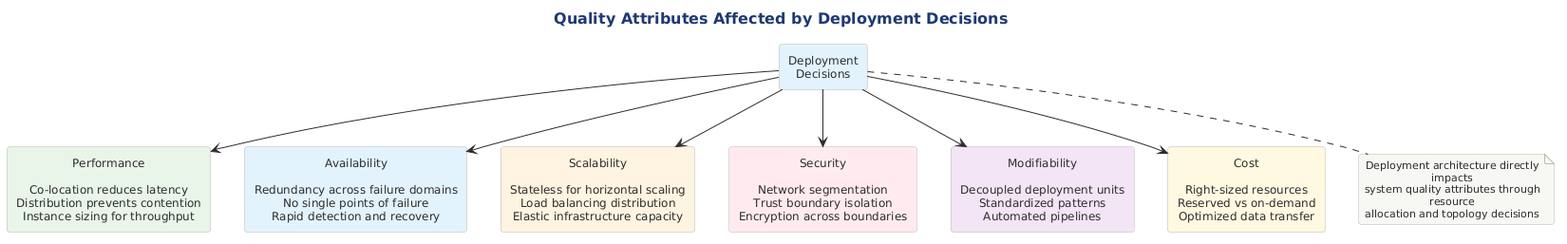
Earlier version of the PlantUML export src/architecture/views-and-beyond/style-catalogs/allocation/deployment-style/png/quality-attributes-affected-deployment.png (Notoriousjayy/latex-docs). The source it was exported from:
```plantuml
@startuml

title Quality Attributes Affected by Deployment Decisions

!include ../../../../../../tooling/styles/plantuml/structural/component-diagram-style.iuml

rectangle "Performance\n\nCo-location reduces latency\nDistribution prevents contention\nInstance sizing for throughput" as perf #E8F5E9

rectangle "Availability\n\nRedundancy across failure domains\nNo single points of failure\nRapid detection and recovery" as avail #E3F2FD

rectangle "Scalability\n\nStateless for horizontal scaling\nLoad balancing distribution\nElastic infrastructure capacity" as scale #FFF3E0

rectangle "Security\n\nNetwork segmentation\nTrust boundary isolation\nEncryption across boundaries" as sec #FFEBEE

rectangle "Modifiability\n\nDecoupled deployment units\nStandardized patterns\nAutomated pipelines" as mod #F3E5F5

rectangle "Cost\n\nRight-sized resources\nReserved vs on-demand\nOptimized data transfer" as cost #FFF8E1

rectangle "Deployment\nDecisions" as deploy #E3F2FD

deploy --> perf
deploy --> avail
deploy --> scale
deploy --> sec
deploy --> mod
deploy --> cost

note bottom of deploy
  Deployment architecture directly impacts
  system quality attributes through resource
  allocation and topology decisions
end note

@enduml
```
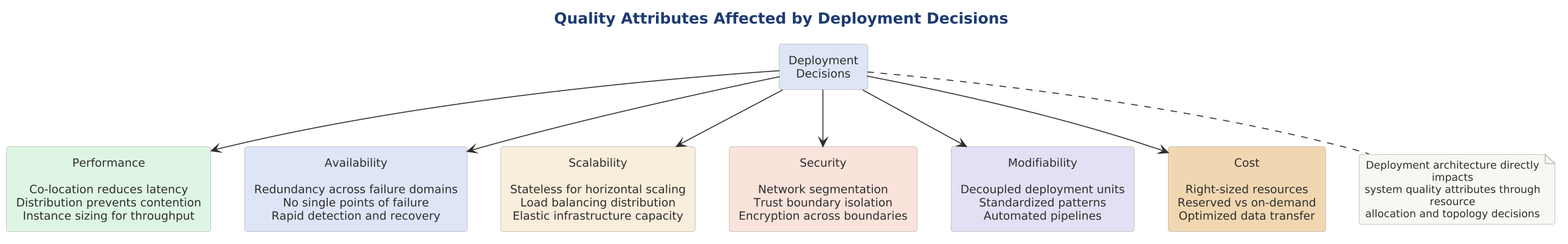
After the commit.

Diff of the diagram source:
```diff
@@ -1,22 +1,27 @@
 @startuml
+
+skinparam dpi 150
+
+
+
 
 title Quality Attributes Affected by Deployment Decisions
 
 !include ../../../../../../tooling/styles/plantuml/structural/component-diagram-style.iuml
 
-rectangle "Performance\n\nCo-location reduces latency\nDistribution prevents contention\nInstance sizing for throughput" as perf #E8F5E9
+rectangle "Performance\n\nCo-location reduces latency\nDistribution prevents contention\nInstance sizing for throughput" as perf $fill_ok
 
-rectangle "Availability\n\nRedundancy across failure domains\nNo single points of failure\nRapid detection and recovery" as avail #E3F2FD
+rectangle "Availability\n\nRedundancy across failure domains\nNo single points of failure\nRapid detection and recovery" as avail $fill_primary
 
-rectangle "Scalability\n\nStateless for horizontal scaling\nLoad balancing distribution\nElastic infrastructure capacity" as scale #FFF3E0
+rectangle "Scalability\n\nStateless for horizontal scaling\nLoad balancing distribution\nElastic infrastructure capacity" as scale $fill_caution
 
-rectangle "Security\n\nNetwork segmentation\nTrust boundary isolation\nEncryption across boundaries" as sec #FFEBEE
+rectangle "Security\n\nNetwork segmentation\nTrust boundary isolation\nEncryption across boundaries" as sec $fill_invalid
 
-rectangle "Modifiability\n\nDecoupled deployment units\nStandardized patterns\nAutomated pipelines" as mod #F3E5F5
+rectangle "Modifiability\n\nDecoupled deployment units\nStandardized patterns\nAutomated pipelines" as mod $fill_alt
 
-rectangle "Cost\n\nRight-sized resources\nReserved vs on-demand\nOptimized data transfer" as cost #FFF8E1
+rectangle "Cost\n\nRight-sized resources\nReserved vs on-demand\nOptimized data transfer" as cost $deep_caution
 
-rectangle "Deployment\nDecisions" as deploy #E3F2FD
+rectangle "Deployment\nDecisions" as deploy $fill_primary
 
 deploy --> perf
 deploy --> avail
```
